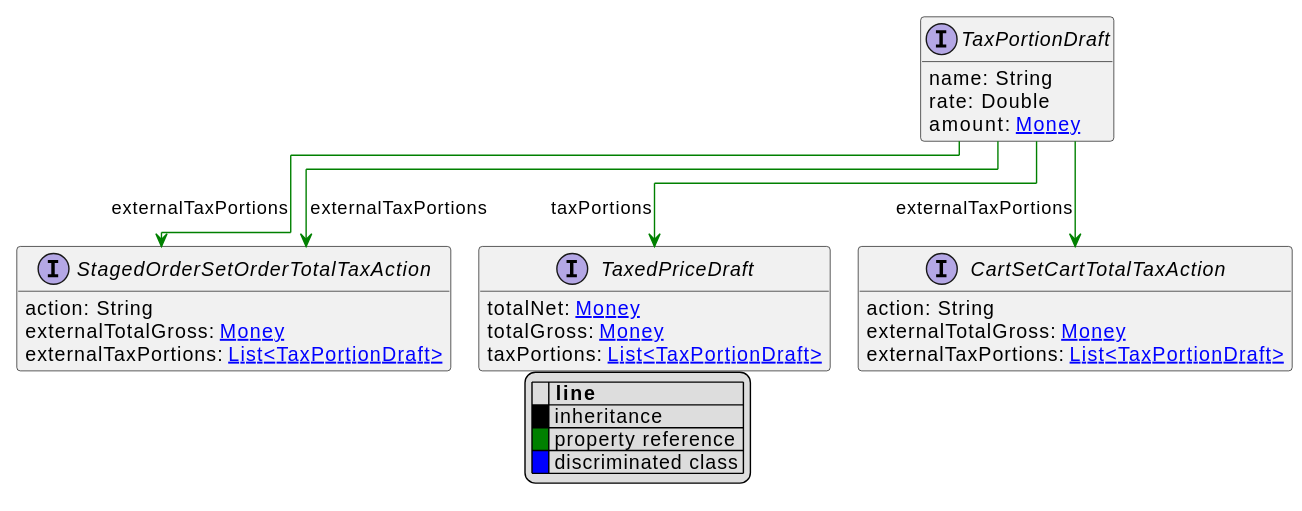
Above: uml/api/svg/TaxPortionDraft.svg in commercetools/commercetools-api-reference (PlantUML), before the change.
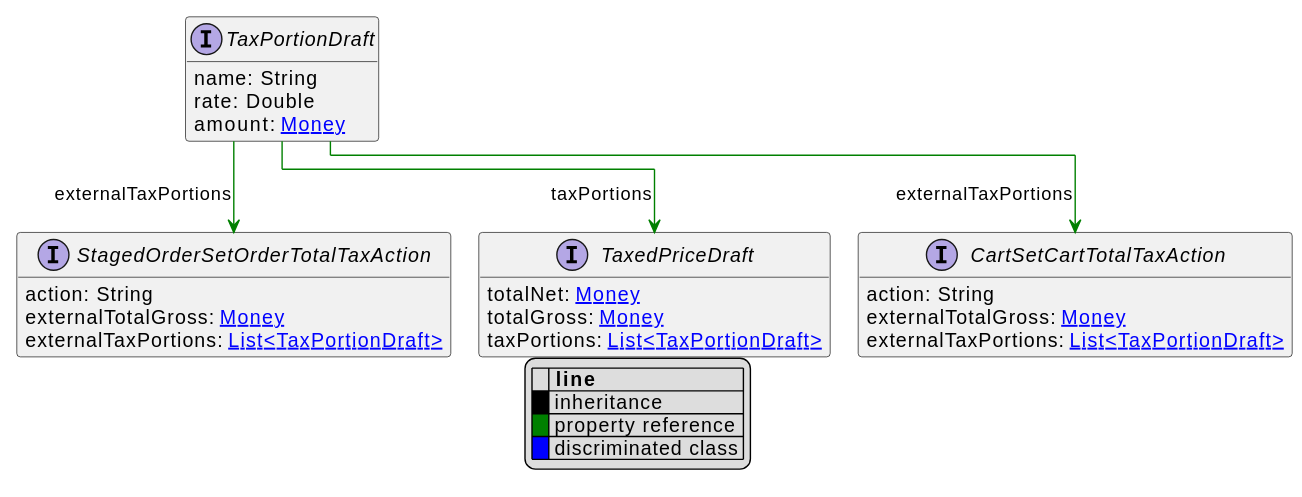
Above is the later version.

Change to the diagram source:
```diff
@@ -35,5 +35,4 @@
 TaxPortionDraft --> TaxedPriceDraft #green;text:green : "taxPortions"
 TaxPortionDraft --> CartSetCartTotalTaxAction #green;text:green : "externalTaxPortions"
 TaxPortionDraft --> StagedOrderSetOrderTotalTaxAction #green;text:green : "externalTaxPortions"
-TaxPortionDraft --> StagedOrderSetOrderTotalTaxAction #green;text:green : "externalTaxPortions"
 @enduml
```
